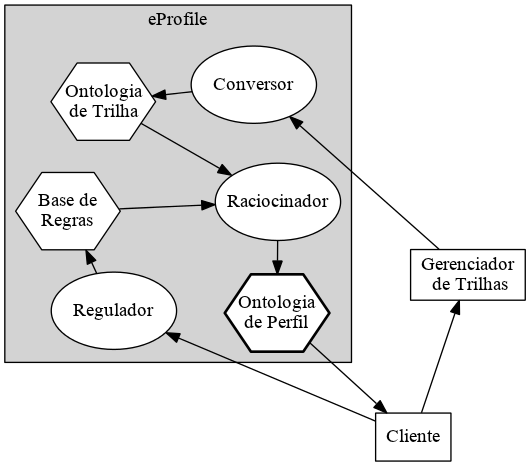
The Graphviz diagram academia/dissertacao/textos/graficos/modelo.png in andrenho/andrenho, before a commit. Its source is kept beside it as academia/dissertacao/textos/graficos/modelo.dot.
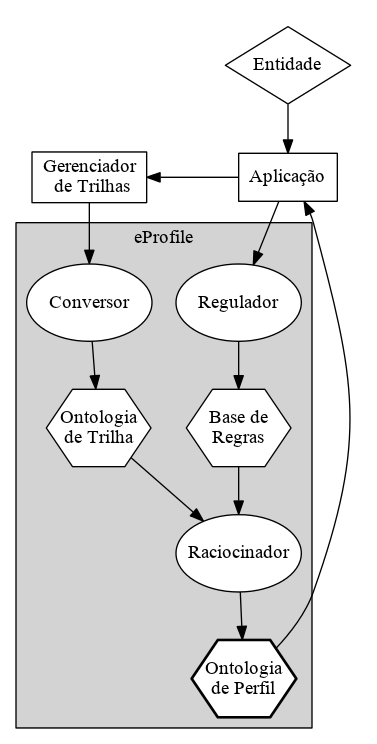
Later version of the same file.

What changed in the source:
```diff
@@ -1,13 +1,12 @@
 digraph modelo {
 
-  layout = fdp;
-  sep = 0.25;
+  sep = 0.3;
 
   node [style=filled,fillcolor=white];
 
   node [shape=box];
     GerenciadorDeTrilhas [label="Gerenciador\n de Trilhas"];
-    Cliente;
+    Aplicação;
 
   node [shape=hexagon,fixedsize=true,width=1.1,height=0.8];
     OntologiaDeTrilha [label="Ontologia\nde Trilha"];
@@ -18,6 +17,9 @@
     Regulador;
     Raciocinador;
     Conversor;
+
+  node [shape=diamond];
+    Entidade;
 
   subgraph cluster_eProfile {
     label = "eProfile";
@@ -30,9 +32,14 @@
     Raciocinador -> OntologiaDePerfil;
   }
 
-  Cliente -> GerenciadorDeTrilhas -> Conversor;
-  Cliente -> Regulador;
-  OntologiaDePerfil -> Cliente;
+  subgraph cluster_ext {
+    style = invisible;
+    Entidade -> Aplicação;
+    Aplicação -> Regulador;
+    OntologiaDePerfil -> Aplicação;
+  }
+
+  Aplicação -> GerenciadorDeTrilhas -> Conversor;
 
   fontsize = 12;
 }
```
